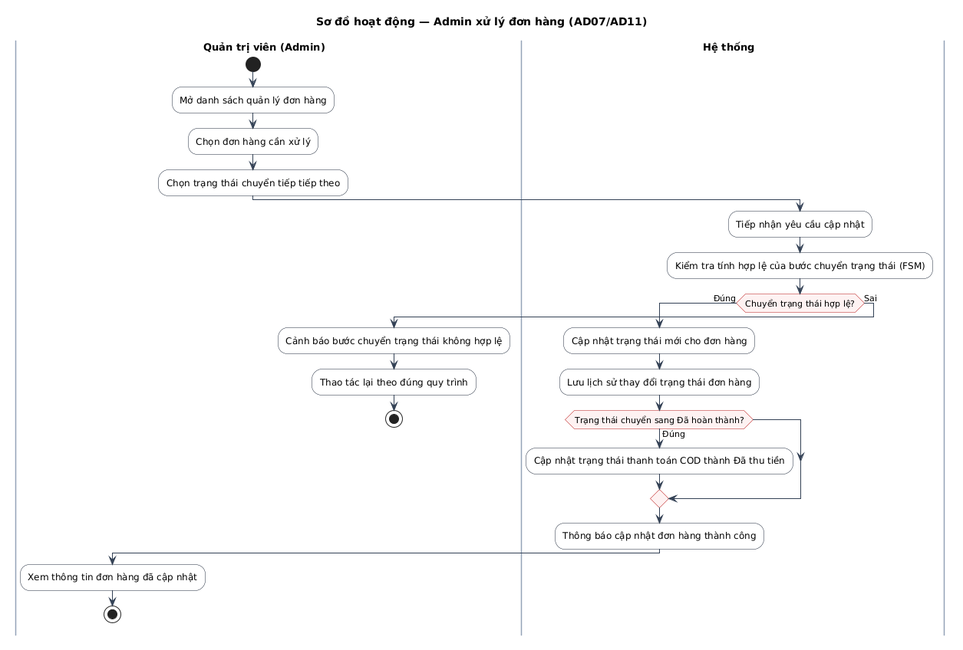
The PlantUML diagram docs/diagrams/activity/AD07_XU_LY_DON_HANG_ADMIN.png in dungtttd01702-coder/vamos-store, before a commit.
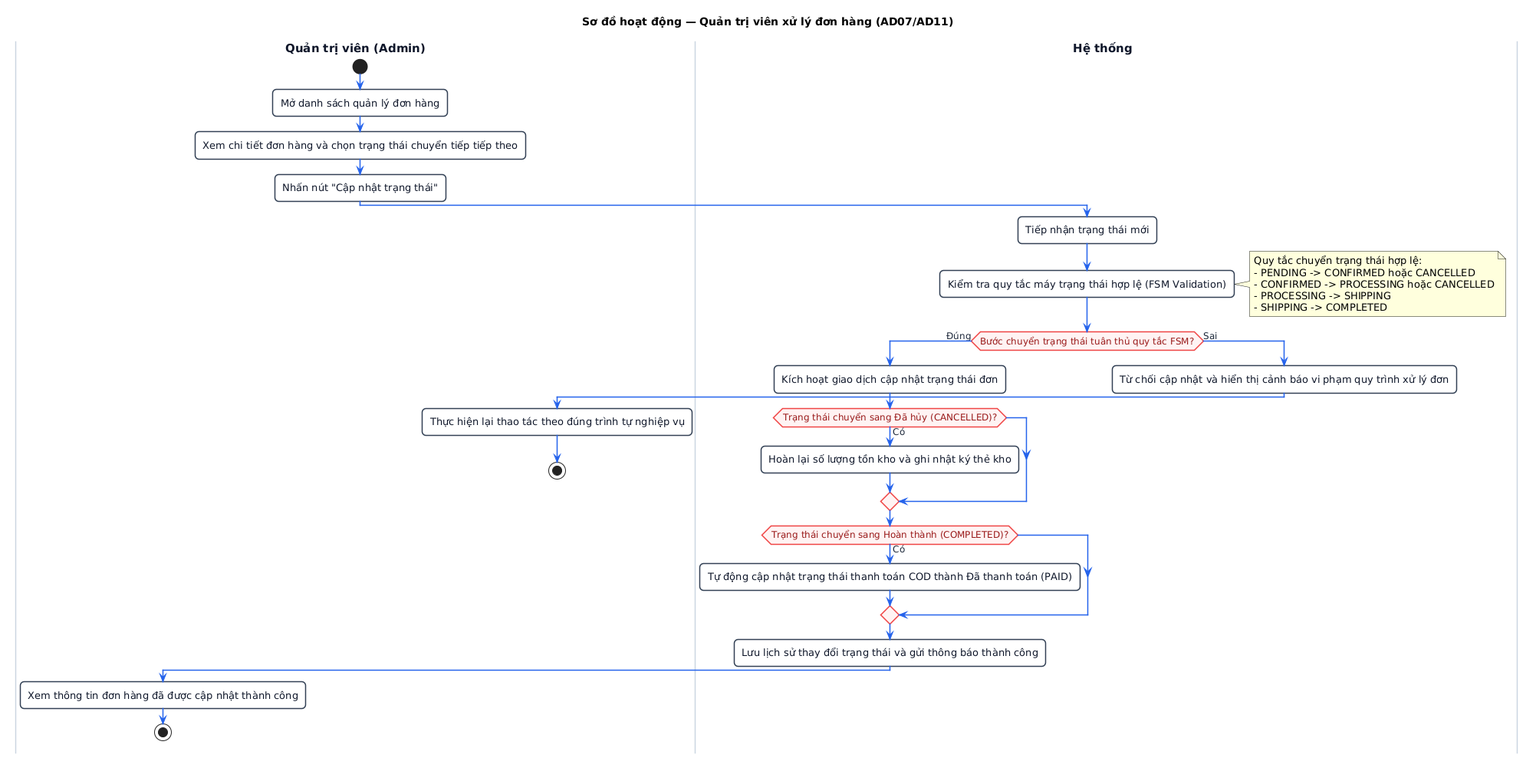
The same file after the commit.

Change to the diagram source:
```diff
@@ -1,44 +1,70 @@
 @startuml
-title Sơ đồ hoạt động — Admin xử lý đơn hàng (AD07/AD11)
+title Sơ đồ hoạt động — Quản trị viên xử lý đơn hàng (AD07/AD11)
 
-skinparam defaultFontName "Arial"
-skinparam defaultFontSize 12
-skinparam ActivityFontSize 12
-skinparam ActivityBorderColor #1e293b
+skinparam defaultFontName "Segoe UI, Arial, sans-serif"
+skinparam defaultFontSize 13
+skinparam roundCorner 10
+skinparam shadowing false
+
+skinparam ActivityFontSize 13
+skinparam ActivityFontColor #0f172a
+skinparam ActivityBorderColor #334155
+skinparam ActivityBorderThickness 1.5
 skinparam ActivityBackgroundColor #ffffff
-skinparam ActivityDiamondBorderColor #b91c1c
+
+skinparam ActivityDiamondFontSize 12
+skinparam ActivityDiamondFontColor #991b1b
+skinparam ActivityDiamondBorderColor #ef4444
+skinparam ActivityDiamondBorderThickness 1.5
 skinparam ActivityDiamondBackgroundColor #fef2f2
-skinparam ActivityDiamondFontSize 11
-skinparam ArrowColor #334155
-skinparam ArrowFontSize 11
-skinparam SwimlaneTitleFontSize 13
+
+skinparam ArrowColor #2563eb
+skinparam ArrowFontSize 12
+skinparam ArrowFontColor #1e293b
+skinparam ArrowThickness 1.5
+
+skinparam SwimlaneTitleFontSize 15
 skinparam SwimlaneTitleFontStyle bold
-skinparam SwimlaneBorderColor #94a3b8
-skinparam SwimlaneWidth same
+skinparam SwimlaneTitleFontColor #0f172a
+skinparam SwimlaneBorderColor #cbd5e1
+skinparam SwimlaneBorderThickness 1.5
+skinparam SwimlaneWidth 380
 
 |Quản trị viên (Admin)|
 start
 :Mở danh sách quản lý đơn hàng;
-:Chọn đơn hàng cần xử lý;
-:Chọn trạng thái chuyển tiếp tiếp theo;
+:Xem chi tiết đơn hàng và chọn trạng thái chuyển tiếp tiếp theo;
+:Nhấn nút "Cập nhật trạng thái";
 
 |Hệ thống|
-:Tiếp nhận yêu cầu cập nhật;
-:Kiểm tra tính hợp lệ của bước chuyển trạng thái (FSM);
-if (Chuyển trạng thái hợp lệ?) then (Đúng)
-  :Cập nhật trạng thái mới cho đơn hàng;
-  :Lưu lịch sử thay đổi trạng thái đơn hàng;
-  if (Trạng thái chuyển sang Đã hoàn thành?) then (Đúng)
-    :Cập nhật trạng thái thanh toán COD thành Đã thu tiền;
+:Tiếp nhận trạng thái mới;
+:Kiểm tra quy tắc máy trạng thái hợp lệ (FSM Validation);
+note right
+Quy tắc chuyển trạng thái hợp lệ:
+- PENDING -> CONFIRMED hoặc CANCELLED
+- CONFIRMED -> PROCESSING hoặc CANCELLED
+- PROCESSING -> SHIPPING
+- SHIPPING -> COMPLETED
+end note
+
+if (Bước chuyển trạng thái tuân thủ quy tắc FSM?) then (Đúng)
+  |Hệ thống|
+  :Kích hoạt giao dịch cập nhật trạng thái đơn;
+  if (Trạng thái chuyển sang Đã hủy (CANCELLED)?) then (Có)
+    :Hoàn lại số lượng tồn kho và ghi nhật ký thẻ kho;
   endif
-  :Thông báo cập nhật đơn hàng thành công;
+  if (Trạng thái chuyển sang Hoàn thành (COMPLETED)?) then (Có)
+    :Tự động cập nhật trạng thái thanh toán COD thành Đã thanh toán (PAID);
+  endif
+  :Lưu lịch sử thay đổi trạng thái và gửi thông báo thành công;
   |Quản trị viên (Admin)|
-  :Xem thông tin đơn hàng đã cập nhật;
+  :Xem thông tin đơn hàng đã được cập nhật thành công;
   stop
 else (Sai)
-  :Cảnh báo bước chuyển trạng thái không hợp lệ;
+  |Hệ thống|
+  :Từ chối cập nhật và hiển thị cảnh báo vi phạm quy trình xử lý đơn;
   |Quản trị viên (Admin)|
-  :Thao tác lại theo đúng quy trình;
+  :Thực hiện lại thao tác theo đúng trình tự nghiệp vụ;
   stop
 endif
 @enduml
```
